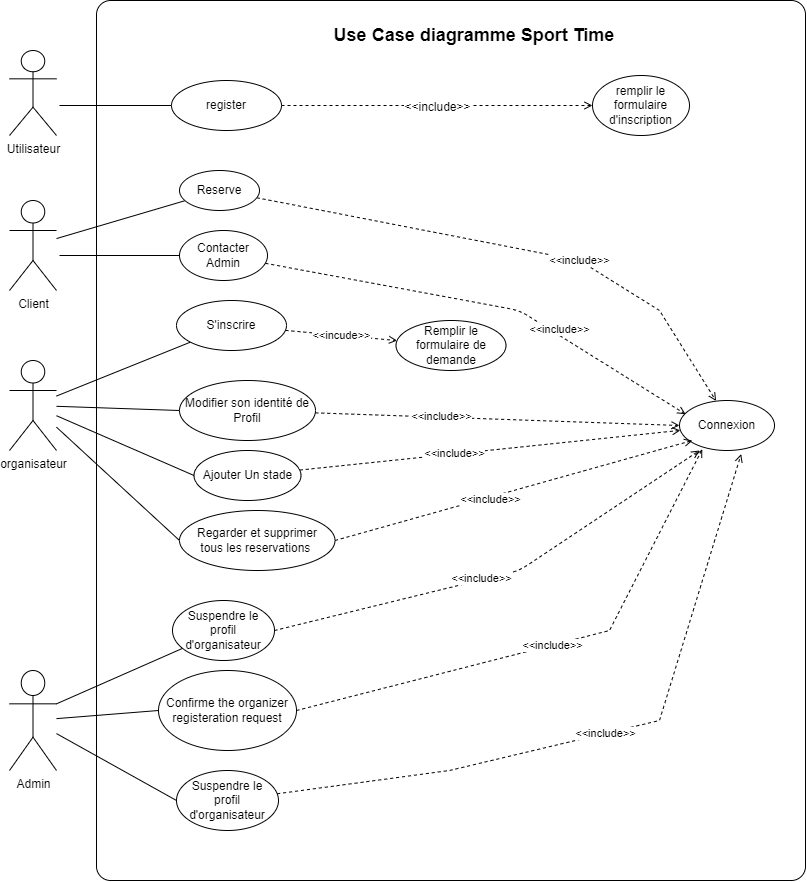
Before: CDC & Consiption/diagramme_useCase/useCase.png, a diagram exported from draw.io (StailiAbdessalam/file-roue-sport-time-). Source tidied: cells renumbered, new cells last; positions are measured from the earlier drawing's top-left corner, leaving out a move shared by most shapes.
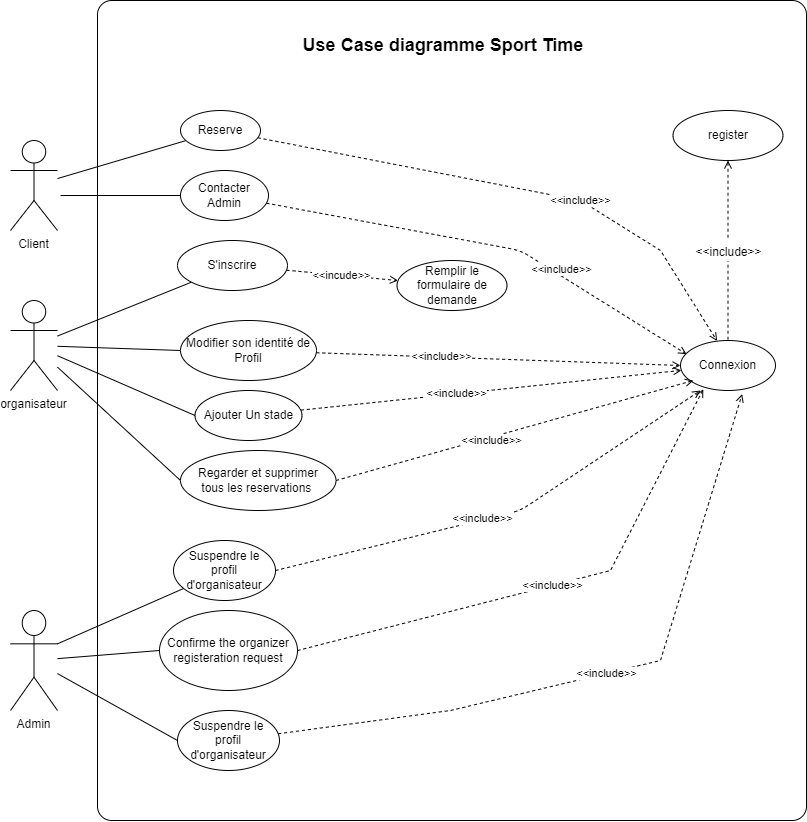
After the commit.

Diff of the diagram source:
```diff
@@ -3,7 +3,7 @@
     <mxCell id="0" />
     <mxCell id="1" parent="0" />
     <mxCell id="2" style="rounded=1;whiteSpace=wrap;html=1;arcSize=2;fontStyle=0;" parent="1" vertex="1">
-      <mxGeometry x="87" width="709" height="880" as="geometry" />
+      <mxGeometry x="87" y="60" width="709" height="820" as="geometry" />
     </mxCell>
     <mxCell id="3" style="edgeStyle=none;rounded=0;jettySize=auto;html=1;endArrow=none;endFill=0;" parent="1" edge="1" source="4" target="14">
       <mxGeometry relative="1" as="geometry" />
@@ -21,7 +21,7 @@
       <mxGeometry y="670" width="47" height="100" as="geometry" />
     </mxCell>
     <mxCell id="8" value="&lt;font style=&quot;font-size: 18px&quot;&gt;&lt;b&gt;Use Case diagramme Sport Time&lt;/b&gt;&lt;/font&gt;" style="text;html=1;strokeColor=none;fillColor=none;align=center;verticalAlign=middle;whiteSpace=wrap;rounded=0;" parent="1" vertex="1">
-      <mxGeometry x="235" y="20" width="460" height="30" as="geometry" />
+      <mxGeometry x="202.5" y="90" width="460" height="30" as="geometry" />
     </mxCell>
     <mxCell id="9" style="edgeStyle=none;rounded=0;orthogonalLoop=1;jettySize=auto;html=1;entryX=1;entryY=1;entryDx=0;entryDy=0;endArrow=none;endFill=0;" parent="1" edge="1">
       <mxGeometry relative="1" as="geometry">
@@ -32,14 +32,6 @@
     <mxCell id="10" value="Connexion" style="ellipse;whiteSpace=wrap;html=1;" parent="1" vertex="1">
       <mxGeometry x="670" y="400" width="95" height="50" as="geometry" />
     </mxCell>
-    <mxCell id="11" style="edgeStyle=none;rounded=0;jettySize=auto;html=1;entryX=0;entryY=0.5;entryDx=0;entryDy=0;endArrow=none;endFill=0;" parent="1" edge="1" target="25">
-      <mxGeometry relative="1" as="geometry">
-        <mxPoint x="50" y="105" as="sourcePoint" />
-      </mxGeometry>
-    </mxCell>
-    <mxCell id="12" value="Utilisateur" style="shape=umlActor;verticalLabelPosition=bottom;verticalAlign=top;html=1;" parent="1" vertex="1">
-      <mxGeometry y="50" width="47" height="85" as="geometry" />
-    </mxCell>
     <mxCell id="13" value="&amp;lt;&amp;lt;include&amp;gt;&amp;gt;" style="edgeStyle=none;rounded=0;jettySize=auto;html=1;endArrow=open;endFill=0;entryX=0.385;entryY=0.01;entryDx=0;entryDy=0;entryPerimeter=0;startArrow=none;startFill=0;dashed=1;" parent="1" edge="1" source="14" target="10">
       <mxGeometry x="0.24" relative="1" as="geometry">
         <Array as="points">
@@ -87,11 +79,11 @@
     <mxCell id="23" value="Modifier son identité de Profil" style="ellipse;whiteSpace=wrap;html=1;" parent="1" vertex="1">
       <mxGeometry x="170" y="380" width="136" height="60" as="geometry" />
     </mxCell>
-    <mxCell id="24" value="&lt;font style=&quot;font-size: 12px&quot;&gt;&amp;lt;&amp;lt;include&amp;gt;&amp;gt;&lt;/font&gt;" style="edgeStyle=none;html=1;fontSize=18;dashed=1;endArrow=open;endFill=0;" parent="1" edge="1" source="25" target="30">
+    <mxCell id="24" value="&lt;font style=&quot;font-size: 12px&quot;&gt;&amp;lt;&amp;lt;include&amp;gt;&amp;gt;&lt;/font&gt;" style="edgeStyle=none;html=1;fontSize=18;dashed=1;endArrow=none;endFill=0;entryX=0.5;entryY=0;entryDx=0;entryDy=0;startArrow=open;startFill=0;" parent="1" edge="1" source="25" target="10">
       <mxGeometry x="0.01" relative="1" as="geometry" />
     </mxCell>
     <mxCell id="25" value="register" style="ellipse;whiteSpace=wrap;html=1;" parent="1" vertex="1">
-      <mxGeometry x="162" y="80" width="110" height="50" as="geometry" />
+      <mxGeometry x="662.5" y="170" width="110" height="50" as="geometry" />
     </mxCell>
     <mxCell id="26" value="&amp;lt;&amp;lt;incude&amp;gt;&amp;gt;" style="edgeStyle=none;rounded=0;jettySize=auto;html=1;dashed=1;endArrow=open;endFill=0;" parent="1" edge="1" source="27" target="28">
       <mxGeometry relative="1" as="geometry" />
@@ -105,9 +97,6 @@
     <mxCell id="29" style="edgeStyle=orthogonalEdgeStyle;rounded=0;orthogonalLoop=1;jettySize=auto;html=1;exitX=0.5;exitY=1;exitDx=0;exitDy=0;" parent="1" edge="1" source="8" target="8">
       <mxGeometry relative="1" as="geometry" />
     </mxCell>
-    <mxCell id="30" value="remplir le formulaire d'inscription" style="ellipse;whiteSpace=wrap;html=1;" parent="1" vertex="1">
-      <mxGeometry x="583" y="75" width="97" height="60" as="geometry" />
-    </mxCell>
     <mxCell id="31" style="edgeStyle=none;html=1;endArrow=none;endFill=0;" parent="1" edge="1" source="34">
       <mxGeometry relative="1" as="geometry">
         <mxPoint x="50" y="255" as="targetPoint" />
```
